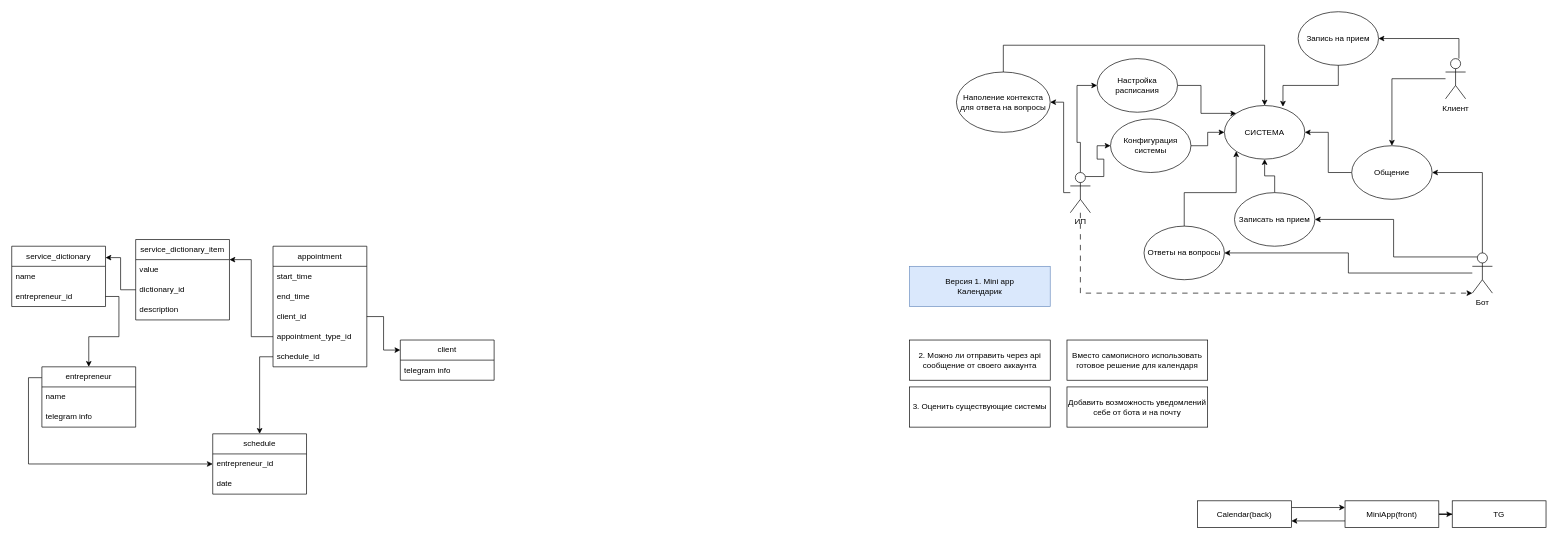
dima3sh/repo keeps this draw.io diagram as TG.drawio. Above is the earlier version. Source tidied: cells renumbered, new cells numbered last; positions are measured from the earlier drawing's top-left corner, leaving out a move shared by most shapes. Both pictures are drawn from the tidied source at 67%, with x=0, y=0 at pixel (11, 11).
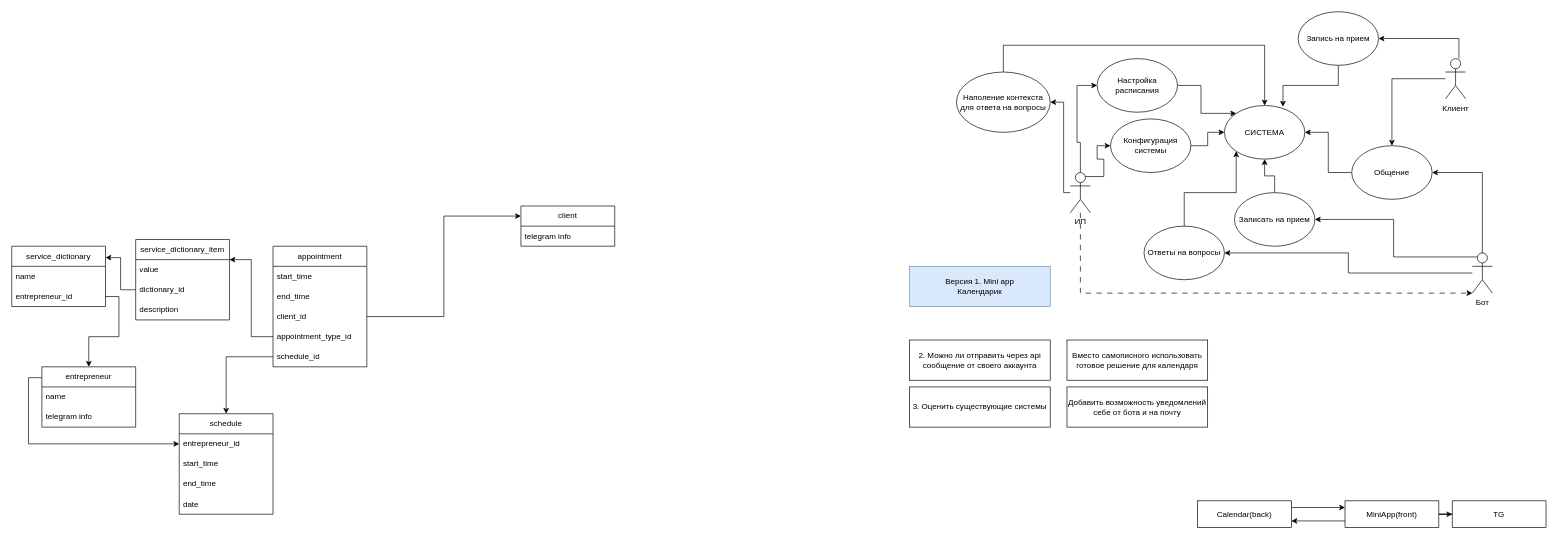
The same page after the edit.

The edit, as a diff of the source:
```diff
@@
     <mxCell id="40" value="&lt;span style=&quot;white-space: pre-wrap;&quot; class=&quot;EzKURWReUAB5oZgtQNkl&quot;&gt;schedule&lt;/span&gt;" style="swimlane;fontStyle=0;horizontal=1;startSize=30;whiteSpace=wrap;html=1;" parent="1" vertex="1">
-      <mxGeometry x="300" y="630" width="140" height="90" as="geometry" />
+      <mxGeometry x="250" y="600" width="140" height="150" as="geometry" />
     </mxCell>
@@
+    <mxCell id="67" value="start_time" style="text;strokeColor=none;fillColor=none;align=left;verticalAlign=middle;spacingLeft=4;spacingRight=4;overflow=hidden;whiteSpace=wrap;html=1;" parent="40" vertex="1">
+      <mxGeometry y="60" width="140" height="30" as="geometry" />
+    </mxCell>
+    <mxCell id="68" value="end_time" style="text;strokeColor=none;fillColor=none;align=left;verticalAlign=middle;spacingLeft=4;spacingRight=4;overflow=hidden;whiteSpace=wrap;html=1;" parent="40" vertex="1">
+      <mxGeometry y="90" width="140" height="30" as="geometry" />
+    </mxCell>
     <mxCell id="42" value="date" style="text;strokeColor=none;fillColor=none;align=left;verticalAlign=middle;spacingLeft=4;spacingRight=4;overflow=hidden;whiteSpace=wrap;html=1;" parent="40" vertex="1">
-      <mxGeometry y="60" width="140" height="30" as="geometry" />
+      <mxGeometry y="120" width="140" height="30" as="geometry" />
     </mxCell>
     <mxCell id="43" value="client" style="swimlane;fontStyle=0;horizontal=1;startSize=30;whiteSpace=wrap;html=1;" parent="1" vertex="1">
-      <mxGeometry x="580" y="490" width="140" height="60" as="geometry" />
+      <mxGeometry x="760" y="290" width="140" height="60" as="geometry" />
     </mxCell>
```
